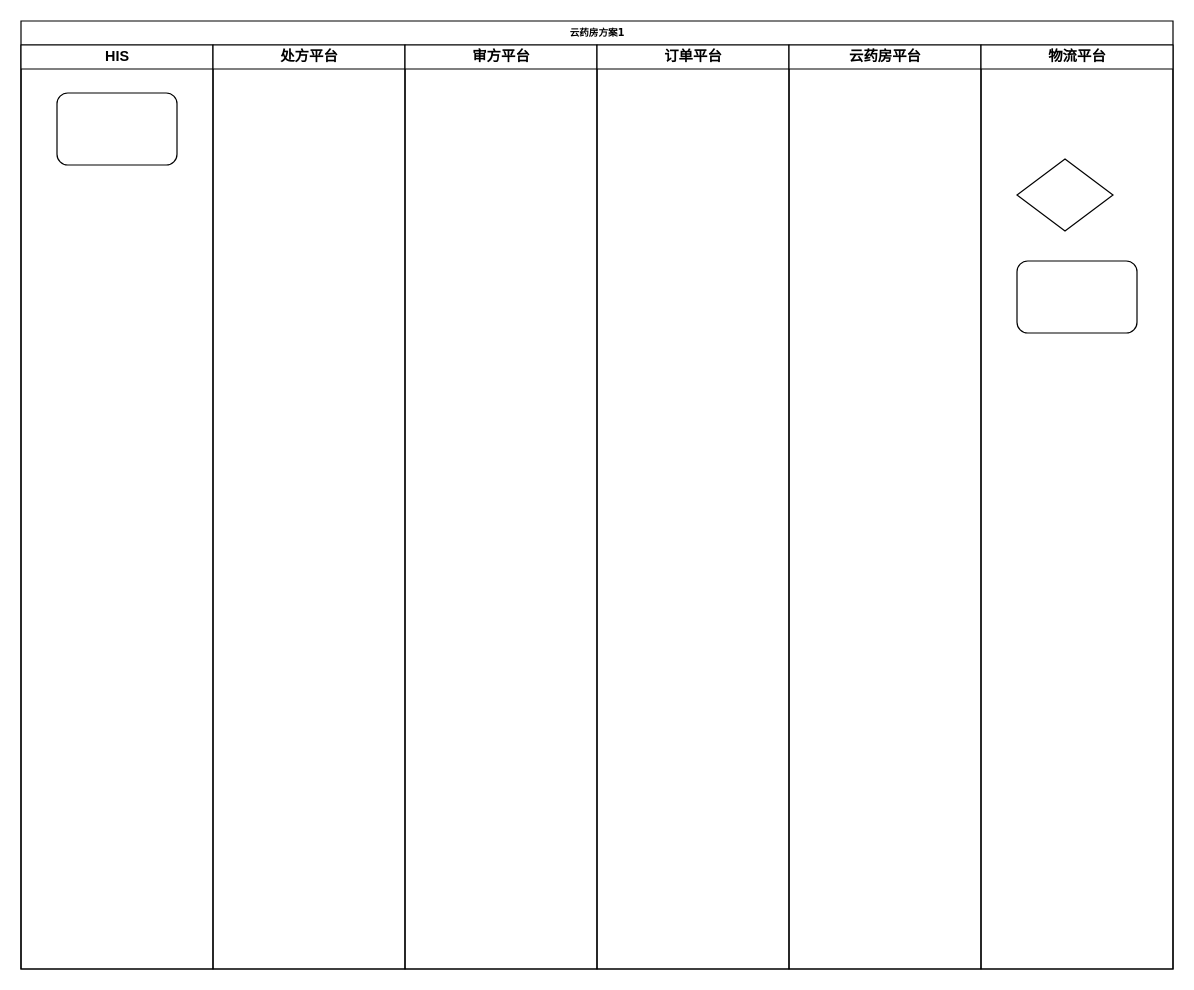
This is page "方案1" (1 of 2) of designChart/微医_流程图_云药房.drawio from cssyusyu/MyDesignDocument, a draw.io file, before an edit. Source tidied: cells renumbered, new cells numbered last; positions are measured from the earlier drawing's top-left corner, leaving out a move shared by most shapes. Both pictures are drawn from the tidied source at 120%, with x=0, y=0 at pixel (20, 20).
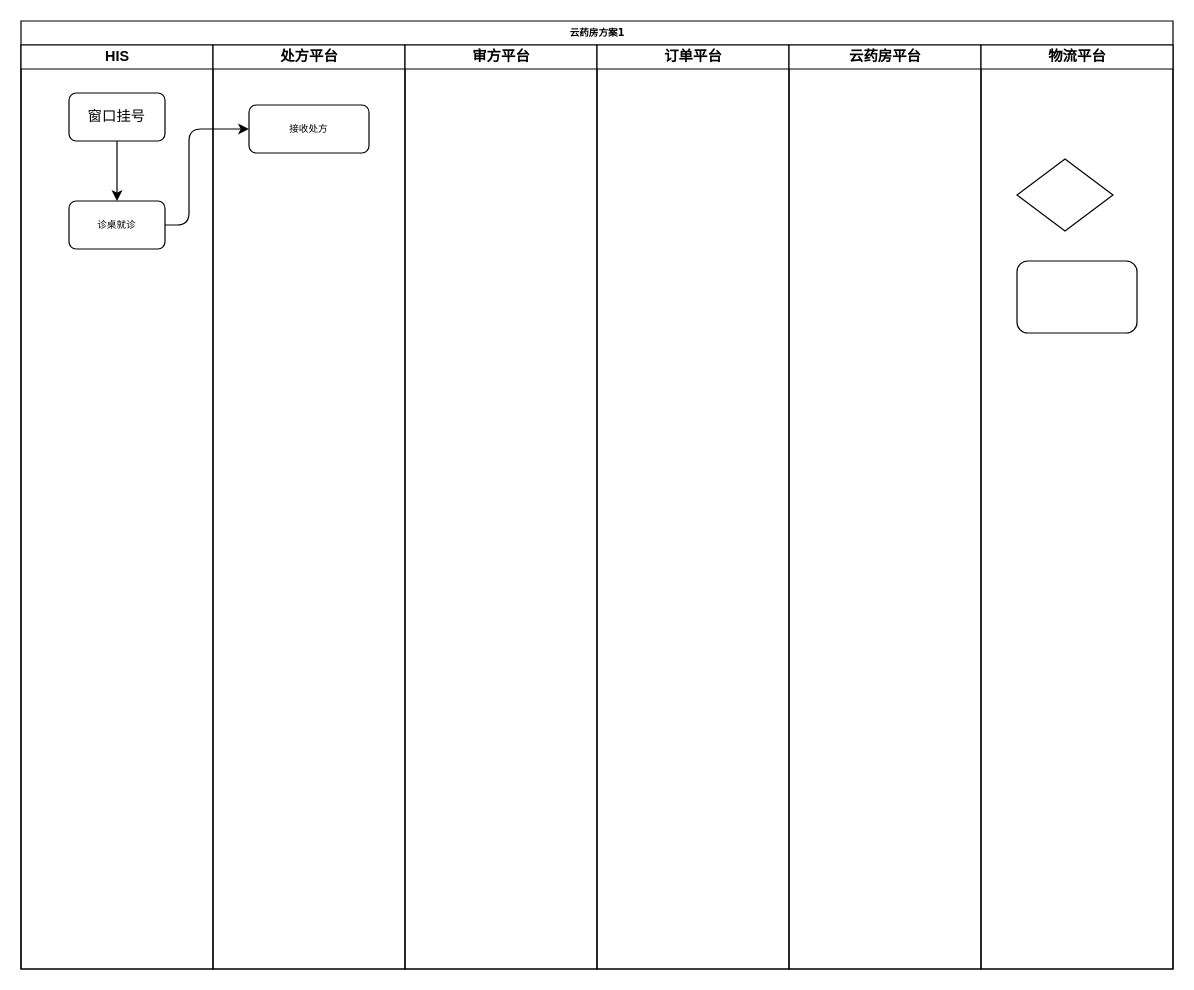
Above is the later version.

Commit message (it also covers changes not shown here):
更新微医_流程图_云药房.drawio

The edit, as a diff of the source:
```diff
@@
 <mxGraphModel background="#ffffff">
   <root>
     <mxCell id="0" />
     <mxCell id="1" parent="0" />
     <mxCell id="2" value="云药房方案1" style="swimlane;html=1;startSize=20;rounded=0;shadow=0;labelBackgroundColor=none;strokeWidth=1;fontFamily=Verdana;fontSize=8;align=center;" parent="1" vertex="1">
       <mxGeometry width="960" height="790" as="geometry" />
     </mxCell>
     <mxCell id="3" value="HIS" style="swimlane;html=1;startSize=20;" parent="2" vertex="1">
       <mxGeometry y="20" width="160" height="770" as="geometry" />
     </mxCell>
-    <mxCell id="4" style="rounded=1;whiteSpace=wrap;html=1;shadow=0;labelBackgroundColor=none;strokeWidth=1;fontFamily=Verdana;fontSize=8;align=center;" parent="3" vertex="1">
-      <mxGeometry x="30" y="40" width="100" height="60" as="geometry" />
+    <mxCell id="4" value="&lt;font style=&quot;font-size: 12px&quot;&gt;窗口挂号&lt;/font&gt;" style="rounded=1;whiteSpace=wrap;html=1;shadow=0;labelBackgroundColor=none;strokeWidth=1;fontFamily=Verdana;fontSize=8;align=center;spacing=2;" parent="3" vertex="1">
+      <mxGeometry x="40" y="40" width="80" height="40" as="geometry" />
     </mxCell>
+    <mxCell id="12" value="诊桌就诊" style="rounded=1;whiteSpace=wrap;html=1;shadow=0;labelBackgroundColor=none;strokeWidth=1;fontFamily=Verdana;fontSize=8;align=center;spacing=2;" parent="3" vertex="1">
+      <mxGeometry x="40" y="130" width="80" height="40" as="geometry" />
+    </mxCell>
     <mxCell id="5" value="处方平台" style="swimlane;html=1;startSize=20;" parent="2" vertex="1">
       <mxGeometry x="160" y="20" width="160" height="770" as="geometry" />
     </mxCell>
+    <mxCell id="13" value="接收处方" style="rounded=1;whiteSpace=wrap;html=1;shadow=0;labelBackgroundColor=none;strokeWidth=1;fontFamily=Verdana;fontSize=8;align=center;spacing=2;" parent="5" vertex="1">
+      <mxGeometry x="30" y="50" width="100" height="40" as="geometry" />
+    </mxCell>
     <mxCell id="6" value="审方平台" style="swimlane;html=1;startSize=20;" parent="2" vertex="1">
       <mxGeometry x="320" y="20" width="160" height="770" as="geometry" />
     </mxCell>
     <mxCell id="7" value="订单平台" style="swimlane;html=1;startSize=20;" parent="2" vertex="1">
       <mxGeometry x="480" y="20" width="160" height="770" as="geometry" />
     </mxCell>
     <mxCell id="8" value="云药房平台" style="swimlane;html=1;startSize=20;" parent="2" vertex="1">
       <mxGeometry x="640" y="20" width="160" height="770" as="geometry" />
     </mxCell>
     <mxCell id="9" value="物流平台" style="swimlane;html=1;startSize=20;" parent="2" vertex="1">
       <mxGeometry x="800" y="20" width="160" height="770" as="geometry" />
     </mxCell>
     <mxCell id="10" style="rounded=1;whiteSpace=wrap;html=1;shadow=0;labelBackgroundColor=none;strokeWidth=1;fontFamily=Verdana;fontSize=8;align=center;" parent="9" vertex="1">
       <mxGeometry x="30" y="180" width="100" height="60" as="geometry" />
     </mxCell>
     <mxCell id="11" style="rhombus;whiteSpace=wrap;html=1;rounded=0;shadow=0;labelBackgroundColor=none;strokeWidth=1;fontFamily=Verdana;fontSize=8;align=center;" parent="9" vertex="1">
       <mxGeometry x="30" y="95" width="80" height="60" as="geometry" />
     </mxCell>
+    <mxCell id="14" style="endArrow=classic;html=1;fontSize=8;fontColor=#000000;exitX=1;exitY=0.5;exitDx=0;exitDy=0;entryX=0;entryY=0.5;entryDx=0;entryDy=0;edgeStyle=orthogonalEdgeStyle;" parent="2" edge="1" source="12" target="13">
+      <mxGeometry relative="1" as="geometry">
+        <Array as="points">
+          <mxPoint x="140" y="170" />
+          <mxPoint x="140" y="90" />
+        </Array>
+      </mxGeometry>
+    </mxCell>
+    <mxCell id="15" style="endArrow=classic;html=1;fontSize=8;fontColor=#000000;exitX=0.5;exitY=1;exitDx=0;exitDy=0;" parent="1" edge="1" source="4">
+      <mxGeometry relative="1" as="geometry">
+        <mxPoint x="80" y="150" as="targetPoint" />
+      </mxGeometry>
+    </mxCell>
   </root>
 </mxGraphModel>
```
